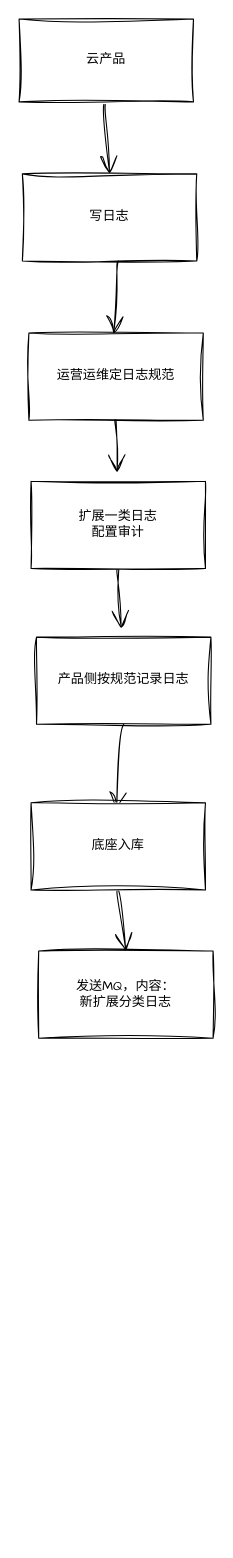
Above: 配置审计.drawio in herozdz/drawio (draw.io), before the change. Source tidied: cells renumbered, new cells numbered last; positions are measured from the earlier drawing's top-left corner, leaving out a move shared by most shapes. Both pictures are drawn from the tidied source at 109%, with x=0, y=0 at pixel (19, 19).
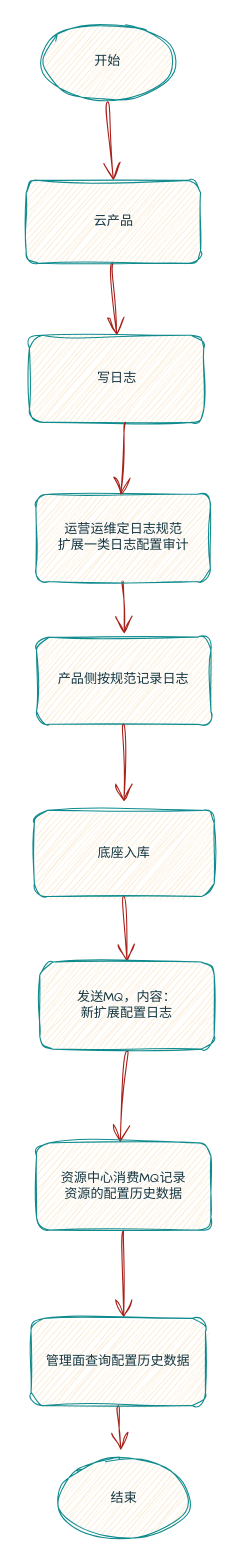
Above is the later version.

Commit message (it also covers changes not shown here):
更新配置审计.drawio

Change to the diagram source:
```diff
@@
-    <mxCell id="2" style="edgeStyle=none;curved=1;rounded=0;sketch=1;hachureGap=4;jiggle=2;curveFitting=1;jettySize=auto;html=1;exitX=0.5;exitY=1;exitDx=0;exitDy=0;entryX=0.5;entryY=0;entryDx=0;entryDy=0;fontFamily=Architects Daughter;fontSize=16;startSize=14;endArrow=open;endSize=14;sourcePerimeterSpacing=8;targetPerimeterSpacing=8;" parent="1" edge="1" source="3" target="6">
+    <mxCell id="2" style="edgeStyle=none;curved=1;rounded=1;sketch=1;hachureGap=4;jiggle=2;curveFitting=1;jettySize=auto;html=1;exitX=0.5;exitY=1;exitDx=0;exitDy=0;entryX=0.5;entryY=0;entryDx=0;entryDy=0;fontFamily=Architects Daughter;fontSize=16;startSize=14;endArrow=open;endSize=14;sourcePerimeterSpacing=8;targetPerimeterSpacing=8;labelBackgroundColor=none;fontColor=default;strokeColor=#A8201A;" parent="1" edge="1" source="3" target="6">
       <mxGeometry relative="1" as="geometry" />
     </mxCell>
-    <mxCell id="3" value="云产品" style="rounded=0;whiteSpace=wrap;html=1;sketch=1;hachureGap=4;jiggle=2;curveFitting=1;fontFamily=Architects Daughter;" parent="1" vertex="1">
-      <mxGeometry width="160" height="76" as="geometry" />
+    <mxCell id="3" value="云产品" style="rounded=1;whiteSpace=wrap;html=1;sketch=1;hachureGap=4;jiggle=2;curveFitting=1;fontFamily=Architects Daughter;labelBackgroundColor=none;fillColor=#FAE5C7;strokeColor=#0F8B8D;fontColor=#143642;" parent="1" vertex="1">
+      <mxGeometry x="6.5" y="148" width="160" height="76" as="geometry" />
     </mxCell>
-    <mxCell id="4" style="edgeStyle=none;curved=1;rounded=0;sketch=1;hachureGap=4;jiggle=2;curveFitting=1;jettySize=auto;html=1;exitX=0.5;exitY=1;exitDx=0;exitDy=0;fontFamily=Architects Daughter;fontSize=16;startSize=14;endArrow=open;endSize=14;sourcePerimeterSpacing=8;targetPerimeterSpacing=8;" parent="1" edge="1" source="5" target="8">
-      <mxGeometry relative="1" as="geometry" />
+    <mxCell id="4" style="edgeStyle=none;curved=1;rounded=1;sketch=1;hachureGap=4;jiggle=2;curveFitting=1;jettySize=auto;html=1;exitX=0.5;exitY=1;exitDx=0;exitDy=0;fontFamily=Architects Daughter;fontSize=16;startSize=14;endArrow=open;endSize=14;sourcePerimeterSpacing=8;targetPerimeterSpacing=8;labelBackgroundColor=none;fontColor=default;strokeColor=#A8201A;" parent="1" edge="1" source="5">
+      <mxGeometry relative="1" as="geometry">
+        <mxPoint x="96.5" y="564" as="targetPoint" />
+      </mxGeometry>
     </mxCell>
-    <mxCell id="5" value="运营运维定日志规范" style="rounded=0;whiteSpace=wrap;html=1;sketch=1;hachureGap=4;jiggle=2;curveFitting=1;fontFamily=Architects Daughter;" parent="1" vertex="1">
-      <mxGeometry x="9" y="288" width="160" height="80" as="geometry" />
+    <mxCell id="5" value="运营运维定日志规范&lt;div&gt;扩展一类日志&lt;span style=&quot;background-color: initial;&quot;&gt;配置审计&lt;/span&gt;&lt;/div&gt;" style="rounded=1;whiteSpace=wrap;html=1;sketch=1;hachureGap=4;jiggle=2;curveFitting=1;fontFamily=Architects Daughter;labelBackgroundColor=none;fillColor=#FAE5C7;strokeColor=#0F8B8D;fontColor=#143642;" parent="1" vertex="1">
+      <mxGeometry x="15.5" y="436" width="160" height="80" as="geometry" />
     </mxCell>
-    <mxCell id="6" value="写日志" style="rounded=0;whiteSpace=wrap;html=1;sketch=1;hachureGap=4;jiggle=2;curveFitting=1;fontFamily=Architects Daughter;" parent="1" vertex="1">
-      <mxGeometry x="3" y="142" width="160" height="80" as="geometry" />
+    <mxCell id="6" value="写日志" style="rounded=1;whiteSpace=wrap;html=1;sketch=1;hachureGap=4;jiggle=2;curveFitting=1;fontFamily=Architects Daughter;labelBackgroundColor=none;fillColor=#FAE5C7;strokeColor=#0F8B8D;fontColor=#143642;" parent="1" vertex="1">
+      <mxGeometry x="9.5" y="290" width="160" height="80" as="geometry" />
     </mxCell>
-    <mxCell id="7" style="edgeStyle=none;curved=1;rounded=0;sketch=1;hachureGap=4;jiggle=2;curveFitting=1;jettySize=auto;html=1;exitX=0.5;exitY=1;exitDx=0;exitDy=0;fontFamily=Architects Daughter;fontSize=16;startSize=14;endArrow=open;endSize=14;sourcePerimeterSpacing=8;targetPerimeterSpacing=8;" parent="1" edge="1" source="8" target="11">
-      <mxGeometry relative="1" as="geometry" />
-    </mxCell>
-    <mxCell id="8" value="扩展一类日志&lt;div&gt;配置审计&lt;/div&gt;" style="rounded=0;whiteSpace=wrap;html=1;sketch=1;hachureGap=4;jiggle=2;curveFitting=1;fontFamily=Architects Daughter;" parent="1" vertex="1">
-      <mxGeometry x="11" y="424" width="160" height="80" as="geometry" />
-    </mxCell>
-    <mxCell id="9" style="edgeStyle=none;curved=1;rounded=0;sketch=1;hachureGap=4;jiggle=2;curveFitting=1;orthogonalLoop=1;jettySize=auto;html=1;exitX=0.5;exitY=1;exitDx=0;exitDy=0;entryX=0.435;entryY=0.01;entryDx=0;entryDy=0;entryPerimeter=0;fontFamily=Architects Daughter;fontSize=16;startSize=14;endArrow=open;endSize=14;sourcePerimeterSpacing=8;targetPerimeterSpacing=8;" parent="1" edge="1">
+    <mxCell id="9" style="edgeStyle=none;curved=1;rounded=1;sketch=1;hachureGap=4;jiggle=2;curveFitting=1;orthogonalLoop=1;jettySize=auto;html=1;exitX=0.5;exitY=1;exitDx=0;exitDy=0;entryX=0.435;entryY=0.01;entryDx=0;entryDy=0;entryPerimeter=0;fontFamily=Architects Daughter;fontSize=16;startSize=14;endArrow=open;endSize=14;sourcePerimeterSpacing=8;targetPerimeterSpacing=8;labelBackgroundColor=none;fontColor=default;strokeColor=#A8201A;" parent="1" edge="1">
       <mxGeometry relative="1" as="geometry">
-        <mxPoint x="91.2" y="222" as="sourcePoint" />
-        <mxPoint x="86.8" y="288.8" as="targetPoint" />
+        <mxPoint x="97.7" y="370" as="sourcePoint" />
+        <mxPoint x="93.3" y="436.8" as="targetPoint" />
       </mxGeometry>
     </mxCell>
-    <mxCell id="10" style="edgeStyle=none;curved=1;rounded=0;sketch=1;hachureGap=4;jiggle=2;curveFitting=1;jettySize=auto;html=1;exitX=0.5;exitY=1;exitDx=0;exitDy=0;fontFamily=Architects Daughter;fontSize=16;startSize=14;endArrow=open;endSize=14;sourcePerimeterSpacing=8;targetPerimeterSpacing=8;" parent="1" edge="1" source="11">
-      <mxGeometry relative="1" as="geometry">
-        <mxPoint x="89.4" y="725.6" as="targetPoint" />
-      </mxGeometry>
-    </mxCell>
-    <mxCell id="11" value="产品侧按规范记录日志" style="rounded=0;whiteSpace=wrap;html=1;sketch=1;hachureGap=4;jiggle=2;curveFitting=1;fontFamily=Architects Daughter;" parent="1" vertex="1">
+    <mxCell id="11" value="产品侧按规范记录日志" style="rounded=1;whiteSpace=wrap;html=1;sketch=1;hachureGap=4;jiggle=2;curveFitting=1;fontFamily=Architects Daughter;labelBackgroundColor=none;fillColor=#FAE5C7;strokeColor=#0F8B8D;fontColor=#143642;" parent="1" vertex="1">
       <mxGeometry x="16" y="567" width="160" height="80" as="geometry" />
     </mxCell>
-    <mxCell id="12" style="edgeStyle=none;curved=1;rounded=0;sketch=1;hachureGap=4;jiggle=2;curveFitting=1;jettySize=auto;html=1;exitX=0.5;exitY=1;exitDx=0;exitDy=0;entryX=0.5;entryY=0;entryDx=0;entryDy=0;fontFamily=Architects Daughter;fontSize=16;startSize=14;endArrow=open;endSize=14;sourcePerimeterSpacing=8;targetPerimeterSpacing=8;" parent="1" edge="1" source="13" target="14">
+    <mxCell id="12" style="edgeStyle=none;curved=1;rounded=1;sketch=1;hachureGap=4;jiggle=2;curveFitting=1;jettySize=auto;html=1;exitX=0.5;exitY=1;exitDx=0;exitDy=0;entryX=0.5;entryY=0;entryDx=0;entryDy=0;fontFamily=Architects Daughter;fontSize=16;startSize=14;endArrow=open;endSize=14;sourcePerimeterSpacing=8;targetPerimeterSpacing=8;labelBackgroundColor=none;fontColor=default;strokeColor=#A8201A;" parent="1" edge="1" source="13" target="14">
       <mxGeometry relative="1" as="geometry" />
     </mxCell>
+    <mxCell id="15" style="edgeStyle=none;curved=1;rounded=1;sketch=1;hachureGap=4;jiggle=2;curveFitting=1;orthogonalLoop=1;jettySize=auto;html=1;exitX=0.5;exitY=1;exitDx=0;exitDy=0;fontFamily=Architects Daughter;fontSize=16;startSize=14;endArrow=open;endSize=14;sourcePerimeterSpacing=8;targetPerimeterSpacing=8;labelBackgroundColor=none;fontColor=default;strokeColor=#A8201A;" parent="1" edge="1">
+      <mxGeometry relative="1" as="geometry">
+        <mxPoint x="99.2" y="947" as="sourcePoint" />
+        <mxPoint x="92.8" y="1030.8" as="targetPoint" />
+      </mxGeometry>
+    </mxCell>
+    <mxCell id="14" value="发送MQ，内容：&lt;div&gt;新扩展配置日志&lt;/div&gt;" style="rounded=1;whiteSpace=wrap;html=1;sketch=1;hachureGap=4;jiggle=2;curveFitting=1;fontFamily=Architects Daughter;labelBackgroundColor=none;fillColor=#FAE5C7;strokeColor=#0F8B8D;fontColor=#143642;" parent="1" vertex="1">
+      <mxGeometry x="19" y="865" width="160" height="80" as="geometry" />
+    </mxCell>
+    <mxCell id="16" style="edgeStyle=none;curved=1;rounded=1;sketch=1;hachureGap=4;jiggle=2;curveFitting=1;jettySize=auto;html=1;exitX=0.5;exitY=1;exitDx=0;exitDy=0;fontFamily=Architects Daughter;fontSize=16;startSize=14;endArrow=open;endSize=14;sourcePerimeterSpacing=8;targetPerimeterSpacing=8;labelBackgroundColor=none;fontColor=default;strokeColor=#A8201A;" parent="1" edge="1" source="11" target="13">
+      <mxGeometry relative="1" as="geometry" />
+    </mxCell>
-    <mxCell id="13" value="底座入库" style="rounded=0;whiteSpace=wrap;html=1;sketch=1;hachureGap=4;jiggle=2;curveFitting=1;fontFamily=Architects Daughter;" parent="1" vertex="1">
-      <mxGeometry x="11" y="719" width="160" height="80" as="geometry" />
+    <mxCell id="13" value="底座入库" style="rounded=1;whiteSpace=wrap;html=1;sketch=1;hachureGap=4;jiggle=2;curveFitting=1;fontFamily=Architects Daughter;labelBackgroundColor=none;fillColor=#FAE5C7;strokeColor=#0F8B8D;fontColor=#143642;" parent="1" vertex="1">
+      <mxGeometry x="14" y="726" width="165" height="79" as="geometry" />
     </mxCell>
-    <mxCell id="14" value="发送MQ，内容：&lt;div&gt;新扩展分类日志&lt;/div&gt;" style="rounded=0;whiteSpace=wrap;html=1;sketch=1;hachureGap=4;jiggle=2;curveFitting=1;fontFamily=Architects Daughter;" parent="1" vertex="1">
-      <mxGeometry x="18" y="855" width="160" height="80" as="geometry" />
-    </mxCell>
+    <mxCell id="17" style="edgeStyle=none;curved=1;rounded=1;sketch=1;hachureGap=4;jiggle=2;curveFitting=1;jettySize=auto;html=1;exitX=0.5;exitY=1;exitDx=0;exitDy=0;fontFamily=Architects Daughter;fontSize=16;startSize=14;endArrow=open;endSize=14;sourcePerimeterSpacing=8;targetPerimeterSpacing=8;labelBackgroundColor=none;fontColor=default;strokeColor=#A8201A;" parent="1" edge="1" source="18">
+      <mxGeometry relative="1" as="geometry">
+        <mxPoint x="96" y="1191.2" as="targetPoint" />
+      </mxGeometry>
+    </mxCell>
+    <mxCell id="18" value="资源中心消费MQ记录&lt;div&gt;资源的配置历史数据&lt;/div&gt;" style="rounded=1;whiteSpace=wrap;html=1;sketch=1;hachureGap=4;jiggle=2;curveFitting=1;fontFamily=Architects Daughter;labelBackgroundColor=none;fillColor=#FAE5C7;strokeColor=#0F8B8D;fontColor=#143642;" parent="1" vertex="1">
+      <mxGeometry x="16" y="1031" width="160" height="80" as="geometry" />
+    </mxCell>
+    <mxCell id="19" style="edgeStyle=none;curved=1;rounded=1;sketch=1;hachureGap=4;jiggle=2;curveFitting=1;jettySize=auto;html=1;exitX=0.5;exitY=1;exitDx=0;exitDy=0;fontFamily=Architects Daughter;fontSize=16;startSize=14;endArrow=open;endSize=14;sourcePerimeterSpacing=8;targetPerimeterSpacing=8;labelBackgroundColor=none;fontColor=default;strokeColor=#A8201A;" parent="1" edge="1" source="20" target="23">
+      <mxGeometry relative="1" as="geometry" />
+    </mxCell>
+    <mxCell id="20" value="管理面查询配置历史数据" style="rounded=1;whiteSpace=wrap;html=1;sketch=1;hachureGap=4;jiggle=2;curveFitting=1;fontFamily=Architects Daughter;labelBackgroundColor=none;fillColor=#FAE5C7;strokeColor=#0F8B8D;fontColor=#143642;" parent="1" vertex="1">
+      <mxGeometry x="11" y="1192" width="160" height="80" as="geometry" />
+    </mxCell>
+    <mxCell id="21" style="edgeStyle=none;curved=1;rounded=1;sketch=1;hachureGap=4;jiggle=2;curveFitting=1;jettySize=auto;html=1;exitX=0.5;exitY=1;exitDx=0;exitDy=0;entryX=0.5;entryY=0;entryDx=0;entryDy=0;fontFamily=Architects Daughter;fontSize=16;startSize=14;endArrow=open;endSize=14;sourcePerimeterSpacing=8;targetPerimeterSpacing=8;labelBackgroundColor=none;fontColor=default;strokeColor=#A8201A;" parent="1" edge="1" source="22" target="3">
+      <mxGeometry relative="1" as="geometry" />
+    </mxCell>
+    <mxCell id="22" value="开始" style="ellipse;whiteSpace=wrap;html=1;sketch=1;hachureGap=4;jiggle=2;curveFitting=1;fontFamily=Architects Daughter;rounded=1;labelBackgroundColor=none;fillColor=#FAE5C7;strokeColor=#0F8B8D;fontColor=#143642;" parent="1" vertex="1">
+      <mxGeometry x="20.5" y="3" width="121" height="73" as="geometry" />
+    </mxCell>
+    <mxCell id="23" value="结束" style="ellipse;whiteSpace=wrap;html=1;sketch=1;hachureGap=4;jiggle=2;curveFitting=1;fontFamily=Architects Daughter;rounded=1;labelBackgroundColor=none;fillColor=#FAE5C7;strokeColor=#0F8B8D;fontColor=#143642;" parent="1" vertex="1">
+      <mxGeometry x="35.5" y="1321" width="121" height="73" as="geometry" />
+    </mxCell>
```
